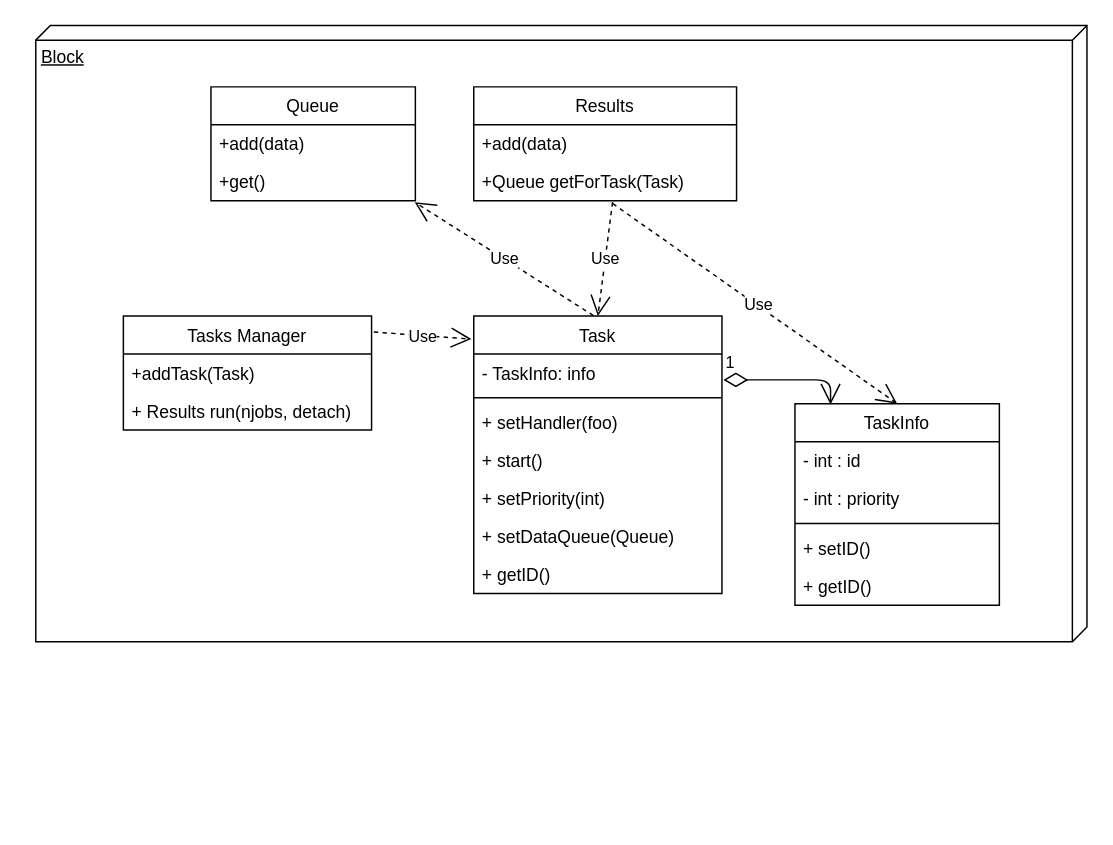
Earlier version of the draw.io diagram UML - скачивание статей с сайта.drawio (LeXgv/apteka-ER). Source tidied: cells renumbered, new cells numbered last; positions are measured from the earlier drawing's top-left corner, leaving out a move shared by most shapes. Both pictures are drawn from the tidied source at 146%, with x=0, y=0 at pixel (35, 25).
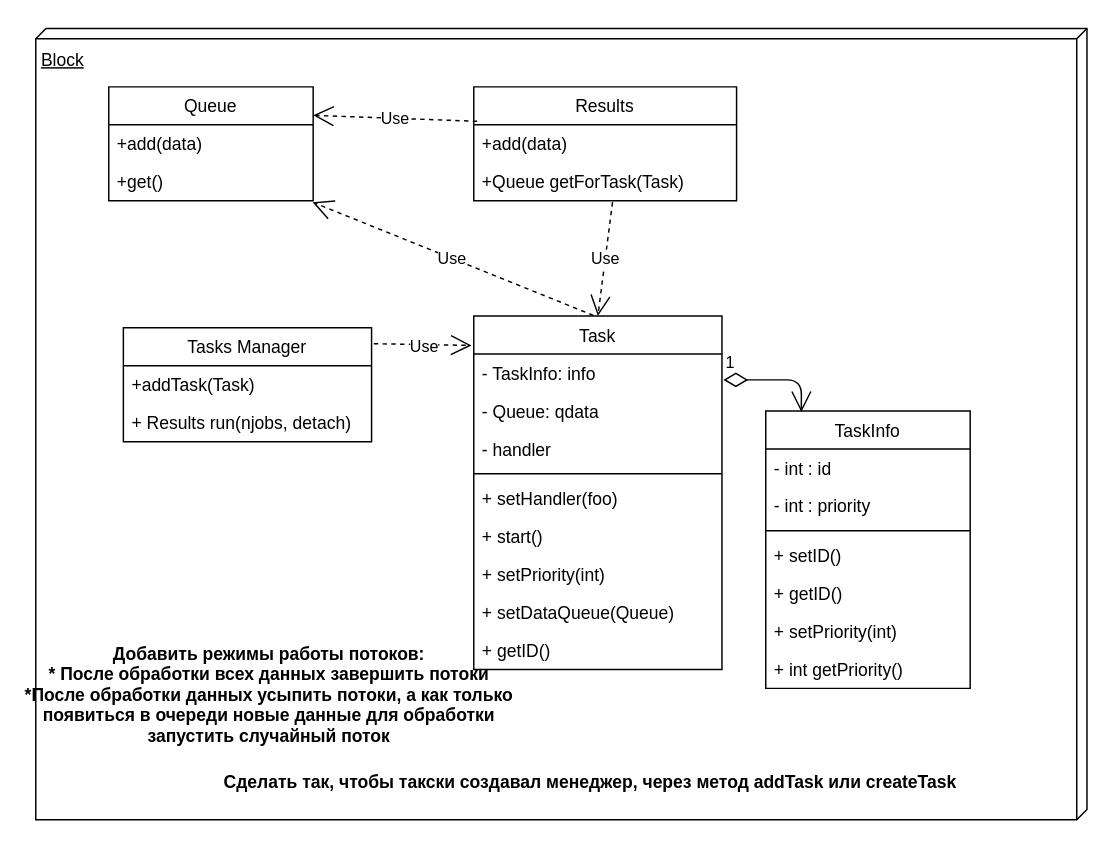
The same diagram, later.

Unchanged cells that the change refers to:
```xml
<mxCell id="18" value="+add(data)" style="text;strokeColor=none;fillColor=none;align=left;verticalAlign=top;spacingLeft=4;spacingRight=4;overflow=hidden;points=[[0,0.5],[1,0.5]];portConstraint=eastwest;" parent="17" vertex="1">
  <mxGeometry y="26" width="180" height="26" as="geometry" />
</mxCell>
<mxCell id="19" value="+Queue getForTask(Task)" style="text;strokeColor=none;fillColor=none;align=left;verticalAlign=top;spacingLeft=4;spacingRight=4;overflow=hidden;points=[[0,0.5],[1,0.5]];portConstraint=eastwest;" parent="17" vertex="1">
  <mxGeometry y="52" width="180" height="26" as="geometry" />
</mxCell>
```

Diff of the diagram source:
```diff
@@
-    <mxCell id="2" value="Block" style="verticalAlign=top;align=left;spacingTop=8;spacingLeft=2;spacingRight=12;shape=cube;size=10;direction=south;fontStyle=4;html=1;" parent="1" vertex="1">
-      <mxGeometry width="720" height="422" as="geometry" />
+    <mxCell id="2" value="Block" style="verticalAlign=top;align=left;spacingTop=8;spacingLeft=2;spacingRight=12;shape=cube;size=7;direction=south;fontStyle=4;html=1;" parent="1" vertex="1">
+      <mxGeometry y="2" width="720" height="542" as="geometry" />
     </mxCell>
     <mxCell id="3" value="Task" style="swimlane;fontStyle=0;horizontal=1;startSize=26;fillColor=none;" parent="1" vertex="1">
-      <mxGeometry x="300" y="199" width="170" height="190" as="geometry" />
+      <mxGeometry x="300" y="199" width="170" height="242" as="geometry" />
     </mxCell>
@@
+    <mxCell id="31" value="- Queue: qdata" style="text;strokeColor=none;fillColor=none;align=left;verticalAlign=top;spacingLeft=4;spacingRight=4;overflow=hidden;" parent="3" vertex="1">
+      <mxGeometry y="52" width="170" height="26" as="geometry" />
+    </mxCell>
+    <mxCell id="32" value="- handler" style="text;strokeColor=none;fillColor=none;align=left;verticalAlign=top;spacingLeft=4;spacingRight=4;overflow=hidden;" parent="3" vertex="1">
+      <mxGeometry y="78" width="170" height="26" as="geometry" />
+    </mxCell>
     <mxCell id="5" style="line;strokeWidth=1;fillColor=none;align=left;verticalAlign=middle;spacingTop=-1;spacingLeft=3;spacingRight=3;labelPosition=right;" parent="3" vertex="1">
-      <mxGeometry y="52" width="170" height="8" as="geometry" />
+      <mxGeometry y="104" width="170" height="8" as="geometry" />
     </mxCell>
     <mxCell id="6" value="+ setHandler(foo)" style="text;strokeColor=none;fillColor=none;align=left;verticalAlign=top;spacingLeft=4;spacingRight=4;overflow=hidden;" parent="3" vertex="1">
-      <mxGeometry y="60" width="170" height="26" as="geometry" />
+      <mxGeometry y="112" width="170" height="26" as="geometry" />
     </mxCell>
     <mxCell id="7" value="+ start()" style="text;strokeColor=none;fillColor=none;align=left;verticalAlign=top;spacingLeft=4;spacingRight=4;overflow=hidden;" parent="3" vertex="1">
-      <mxGeometry y="86" width="170" height="26" as="geometry" />
+      <mxGeometry y="138" width="170" height="26" as="geometry" />
     </mxCell>
     <mxCell id="8" value="+ setPriority(int)" style="text;strokeColor=none;fillColor=none;align=left;verticalAlign=top;spacingLeft=4;spacingRight=4;overflow=hidden;" parent="3" vertex="1">
-      <mxGeometry y="112" width="170" height="26" as="geometry" />
+      <mxGeometry y="164" width="170" height="26" as="geometry" />
     </mxCell>
     <mxCell id="9" value="+ setDataQueue(Queue)" style="text;strokeColor=none;fillColor=none;align=left;verticalAlign=top;spacingLeft=4;spacingRight=4;overflow=hidden;" parent="3" vertex="1">
-      <mxGeometry y="138" width="170" height="26" as="geometry" />
+      <mxGeometry y="190" width="170" height="26" as="geometry" />
     </mxCell>
     <mxCell id="10" value="+ getID()" style="text;strokeColor=none;fillColor=none;align=left;verticalAlign=top;spacingLeft=4;spacingRight=4;overflow=hidden;" parent="3" vertex="1">
-      <mxGeometry y="164" width="170" height="26" as="geometry" />
+      <mxGeometry y="216" width="170" height="26" as="geometry" />
     </mxCell>
     <mxCell id="11" value="Tasks Manager" style="swimlane;fontStyle=0;horizontal=1;startSize=26;fillColor=none;" parent="1" vertex="1">
-      <mxGeometry x="60" y="199" width="170" height="78" as="geometry" />
+      <mxGeometry x="60" y="207" width="170" height="78" as="geometry" />
     </mxCell>
@@
     <mxCell id="14" value="Queue" style="swimlane;fontStyle=0;horizontal=1;startSize=26;fillColor=none;" parent="1" vertex="1">
-      <mxGeometry x="120" y="42" width="140" height="78" as="geometry" />
+      <mxGeometry x="50" y="42" width="140" height="78" as="geometry" />
     </mxCell>
@@
     <mxCell id="20" value="TaskInfo" style="swimlane;fontStyle=0;horizontal=1;startSize=26;fillColor=none;" parent="1" vertex="1">
-      <mxGeometry x="520" y="259" width="140" height="138" as="geometry" />
+      <mxGeometry x="500" y="264" width="140" height="190" as="geometry" />
     </mxCell>
@@
+    <mxCell id="33" value="+ setPriority(int)" style="text;strokeColor=none;fillColor=none;align=left;verticalAlign=top;spacingLeft=4;spacingRight=4;overflow=hidden;" parent="20" vertex="1">
+      <mxGeometry y="138" width="140" height="26" as="geometry" />
+    </mxCell>
+    <mxCell id="34" value="+ int getPriority()" style="text;strokeColor=none;fillColor=none;align=left;verticalAlign=top;spacingLeft=4;spacingRight=4;overflow=hidden;" parent="20" vertex="1">
+      <mxGeometry y="164" width="140" height="26" as="geometry" />
+    </mxCell>
@@
-    <mxCell id="30" value="Use" style="endArrow=open;endSize=12;dashed=1;html=1;exitX=0.529;exitY=1.077;exitDx=0;exitDy=0;exitPerimeter=0;entryX=0.5;entryY=0;entryDx=0;entryDy=0;" parent="1" edge="1" source="19" target="20">
-      <mxGeometry x="0.02" y="1" relative="1" as="geometry" />
+    <mxCell id="30" value="Use" style="endArrow=open;endSize=12;dashed=1;html=1;entryX=1;entryY=0.25;entryDx=0;entryDy=0;exitX=0.013;exitY=-0.093;exitDx=0;exitDy=0;exitPerimeter=0;" parent="1" edge="1" source="18" target="14">
+      <mxGeometry relative="1" as="geometry" />
     </mxCell>
+    <mxCell id="35" value="Добавить режимы работы потоков:&#10;* После обработки всех данных завершить потоки&#10;*После обработки данных усыпить потоки, а как только&#10;появиться в очереди новые данные для обработки&#10;запустить случайный поток&#10;" style="text;align=center;fontStyle=1;verticalAlign=middle;spacingLeft=3;spacingRight=3;strokeColor=none;" parent="1" vertex="1">
+      <mxGeometry x="120" y="452" width="80" height="26" as="geometry" />
+    </mxCell>
+    <mxCell id="36" value="Сделать так, чтобы такски создавал менеджер, через метод addTask или createTask" style="text;align=center;fontStyle=1;verticalAlign=middle;spacingLeft=3;spacingRight=3;strokeColor=none;" parent="1" vertex="1">
+      <mxGeometry x="340" y="505" width="80" height="26" as="geometry" />
+    </mxCell>
```
